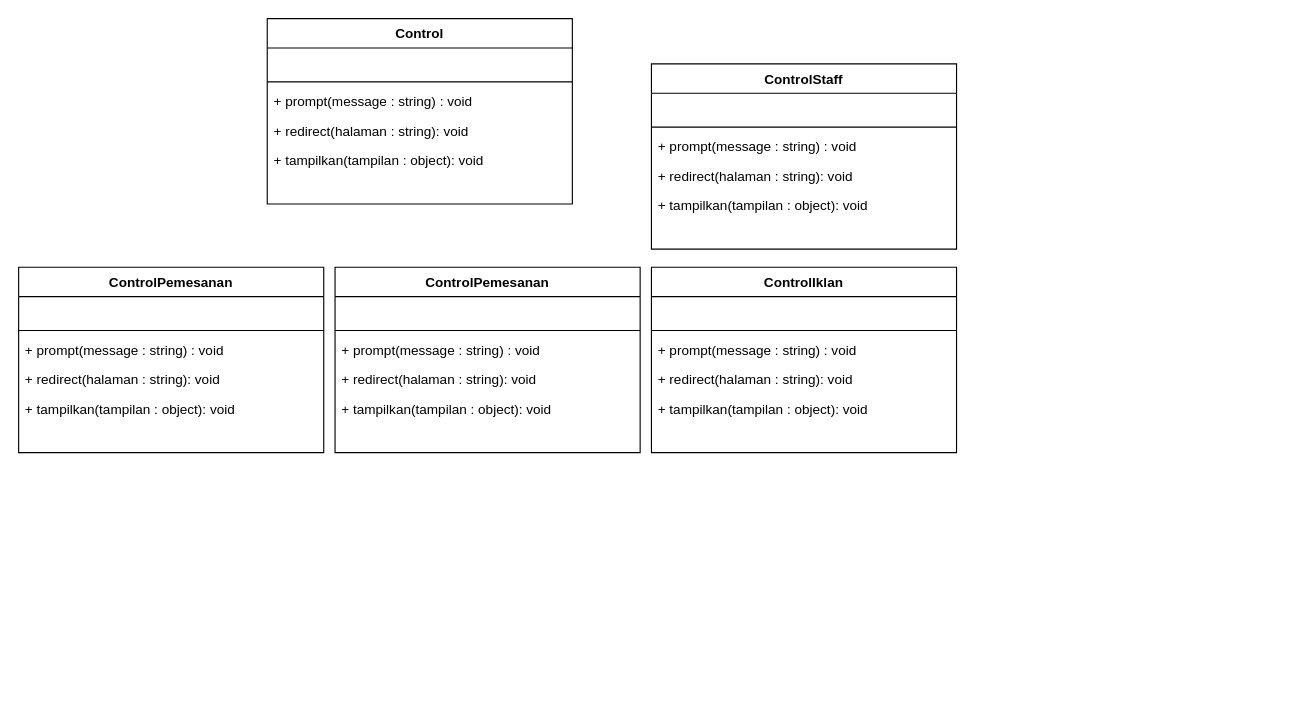
Earlier version of the draw.io diagram prak8 revisi.drawio (ahmrh/diagrams.net). Source tidied: cells renumbered, new cells numbered last; positions are measured from the earlier drawing's top-left corner, leaving out a move shared by most shapes. Both pictures are drawn from the tidied source at 113%, with x=0, y=0 at pixel (18, 18).
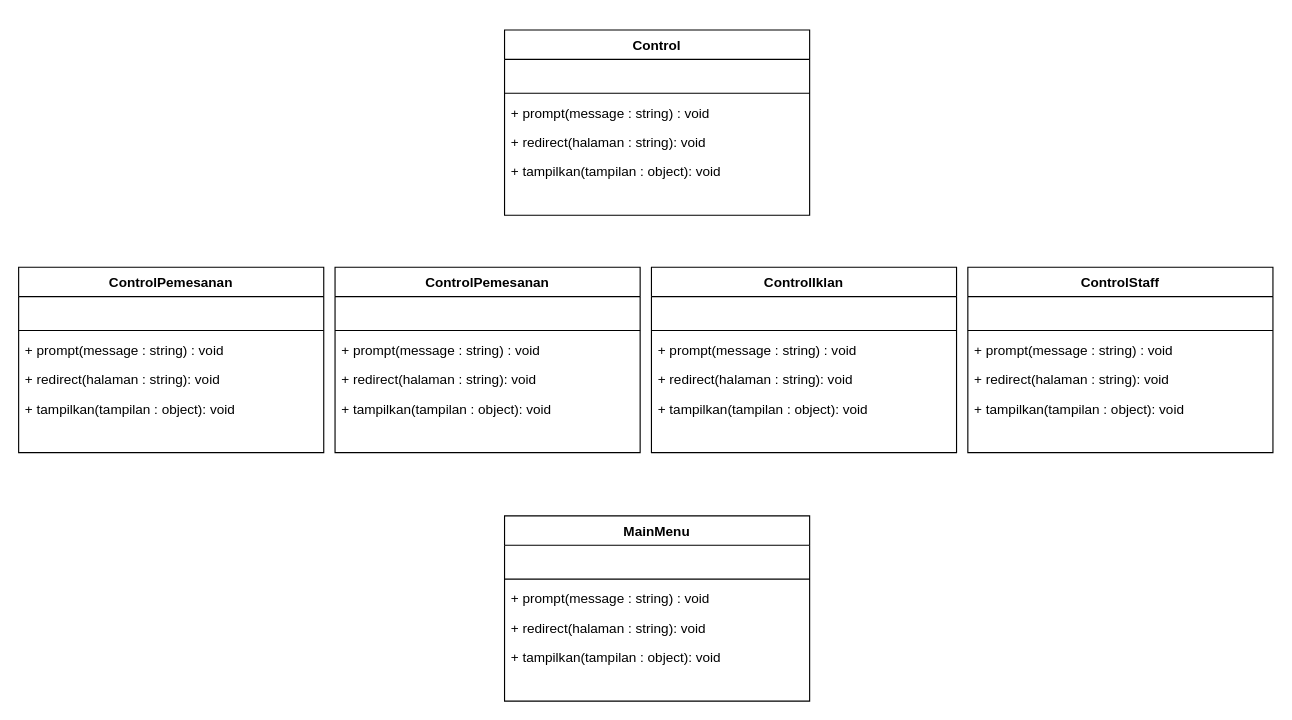
The same page after the edit.

What changed in the source:
```diff
@@
     <mxCell id="2" value="Control" style="swimlane;fontStyle=1;align=center;verticalAlign=top;horizontal=1;startSize=26;rounded=0;shadow=0;strokeWidth=1;" parent="1" vertex="1">
-      <mxGeometry x="220" width="270" height="164" as="geometry" />
+      <mxGeometry x="430" y="10" width="270" height="164" as="geometry" />
     </mxCell>
@@
     <mxCell id="26" value="ControlStaff" style="swimlane;fontStyle=1;align=center;verticalAlign=top;horizontal=1;startSize=26;rounded=0;shadow=0;strokeWidth=1;" parent="1" vertex="1">
-      <mxGeometry x="560" y="40" width="270" height="164" as="geometry" />
+      <mxGeometry x="840" y="220" width="270" height="164" as="geometry" />
     </mxCell>
@@
+    <mxCell id="32" value="MainMenu" style="swimlane;fontStyle=1;align=center;verticalAlign=top;horizontal=1;startSize=26;rounded=0;shadow=0;strokeWidth=1;" parent="1" vertex="1">
+      <mxGeometry x="430" y="440" width="270" height="164" as="geometry" />
+    </mxCell>
+    <mxCell id="33" value=" " style="text;align=left;verticalAlign=top;spacingLeft=4;spacingRight=4;overflow=hidden;" parent="32" vertex="1">
+      <mxGeometry y="26" width="270" height="26" as="geometry" />
+    </mxCell>
+    <mxCell id="34" style="line;html=1;strokeWidth=1;align=left;verticalAlign=middle;spacingTop=-1;spacingLeft=3;spacingRight=3;labelPosition=right;" parent="32" vertex="1">
+      <mxGeometry y="52" width="270" height="8" as="geometry" />
+    </mxCell>
+    <mxCell id="35" value="+ prompt(message : string) : void" style="text;align=left;verticalAlign=top;spacingLeft=4;spacingRight=4;overflow=hidden;" parent="32" vertex="1">
+      <mxGeometry y="60" width="270" height="26" as="geometry" />
+    </mxCell>
+    <mxCell id="36" value="+ redirect(halaman : string): void" style="text;align=left;verticalAlign=top;spacingLeft=4;spacingRight=4;overflow=hidden;" parent="32" vertex="1">
+      <mxGeometry y="86" width="270" height="26" as="geometry" />
+    </mxCell>
+    <mxCell id="37" value="+ tampilkan(tampilan : object): void" style="text;align=left;verticalAlign=top;spacingLeft=4;spacingRight=4;overflow=hidden;" parent="32" vertex="1">
+      <mxGeometry y="112" width="270" height="26" as="geometry" />
+    </mxCell>
```
